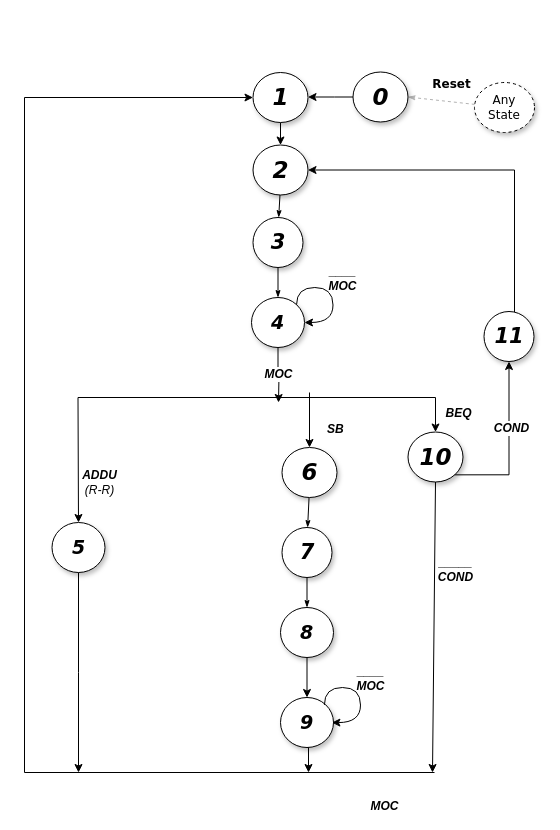
Above: CPU_State_Diag.drawio in TheParodicts/MIPS_CPU_Diagram (draw.io), before the change. Source tidied: cells renumbered, new cells numbered last; positions are measured from the earlier drawing's top-left corner, leaving out a move shared by most shapes. Both pictures are drawn from the tidied source at 100%, with x=0, y=0 at pixel (24, 72).
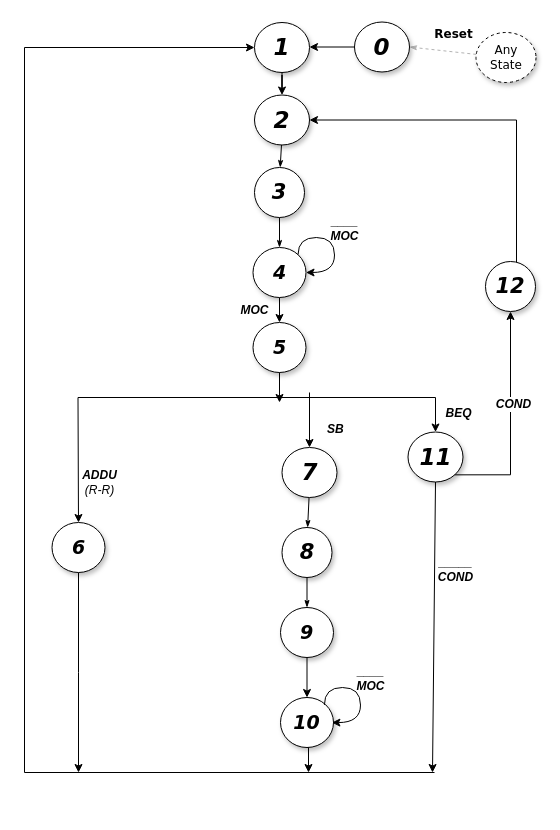
The same diagram, later.

Change to the diagram source:
```diff
@@
     <mxCell id="3" value="Any State" style="ellipse;whiteSpace=wrap;html=1;rounded=0;shadow=1;comic=0;labelBackgroundColor=none;strokeColor=#000000;strokeWidth=1;fillColor=#FFFFFF;fontFamily=Verdana;fontSize=12;fontColor=#000000;align=center;dashed=1;" parent="1" vertex="1">
-      <mxGeometry x="450" y="10" width="60" height="50" as="geometry" />
+      <mxGeometry x="451.5" y="-40" width="60" height="50" as="geometry" />
     </mxCell>
@@
     <mxCell id="5" value="&lt;b&gt;&lt;i&gt;&lt;font style=&quot;font-size: 23px&quot;&gt;2&lt;/font&gt;&lt;/i&gt;&lt;/b&gt;" style="ellipse;whiteSpace=wrap;html=1;rounded=0;shadow=1;comic=0;labelBackgroundColor=none;strokeColor=#000000;strokeWidth=1;fillColor=#FFFFFF;fontFamily=Verdana;fontSize=12;fontColor=#000000;align=center;" parent="1" vertex="1">
-      <mxGeometry x="228.5" y="72.5" width="55" height="50" as="geometry" />
+      <mxGeometry x="230" y="22.5" width="55" height="50" as="geometry" />
     </mxCell>
     <mxCell id="6" style="edgeStyle=orthogonalEdgeStyle;rounded=0;jettySize=auto;html=1;exitX=0;exitY=0.5;exitDx=0;exitDy=0;" parent="1" edge="1" source="7" target="9">
       <mxGeometry relative="1" as="geometry">
         <Array as="points">
-          <mxPoint x="310" y="24" />
-          <mxPoint x="310" y="24" />
+          <mxPoint x="311.5" y="-26" />
+          <mxPoint x="311.5" y="-26" />
         </Array>
       </mxGeometry>
     </mxCell>
     <mxCell id="7" value="&lt;b&gt;&lt;i&gt;&lt;font style=&quot;font-size: 23px&quot;&gt;0&lt;/font&gt;&lt;/i&gt;&lt;/b&gt;" style="ellipse;whiteSpace=wrap;html=1;rounded=0;shadow=1;comic=0;labelBackgroundColor=none;strokeColor=#000000;strokeWidth=1;fillColor=#FFFFFF;fontFamily=Verdana;fontSize=12;fontColor=#000000;align=center;" parent="1" vertex="1">
-      <mxGeometry x="328.5" y="-0.5" width="55" height="50" as="geometry" />
+      <mxGeometry x="330" y="-50.5" width="55" height="50" as="geometry" />
     </mxCell>
@@
     <mxCell id="9" value="&lt;b&gt;&lt;i&gt;&lt;font style=&quot;font-size: 23px&quot;&gt;1&lt;/font&gt;&lt;/i&gt;&lt;/b&gt;" style="ellipse;whiteSpace=wrap;html=1;rounded=0;shadow=1;comic=0;labelBackgroundColor=none;strokeColor=#000000;strokeWidth=1;fillColor=#FFFFFF;fontFamily=Verdana;fontSize=12;fontColor=#000000;align=center;" parent="1" vertex="1">
-      <mxGeometry x="228.5" width="55" height="50" as="geometry" />
+      <mxGeometry x="230" y="-50" width="55" height="50" as="geometry" />
     </mxCell>
@@
     <mxCell id="11" value="&lt;span&gt;&lt;b&gt;&lt;i&gt;&lt;font style=&quot;font-size: 21px&quot;&gt;3&lt;/font&gt;&lt;/i&gt;&lt;/b&gt;&lt;/span&gt;" style="ellipse;whiteSpace=wrap;html=1;rounded=0;shadow=1;comic=0;labelBackgroundColor=none;strokeColor=#000000;strokeWidth=1;fillColor=#FFFFFF;fontFamily=Verdana;fontSize=12;fontColor=#000000;align=center;" parent="1" vertex="1">
-      <mxGeometry x="228.5" y="145" width="50" height="50" as="geometry" />
+      <mxGeometry x="230" y="95" width="50" height="50" as="geometry" />
     </mxCell>
-    <mxCell id="12" style="edgeStyle=orthogonalEdgeStyle;rounded=0;jettySize=auto;html=1;" parent="1" edge="1" source="15">
-      <mxGeometry relative="1" as="geometry">
-        <mxPoint x="254" y="330" as="targetPoint" />
-      </mxGeometry>
-    </mxCell>
-    <mxCell id="13" value="&lt;b&gt;&lt;i&gt;MOC&lt;/i&gt;&lt;/b&gt;" style="text;html=1;align=center;verticalAlign=middle;labelBackgroundColor=#ffffff;" parent="12" vertex="1">
-      <mxGeometry x="-0.11" y="-3" relative="1" as="geometry">
-        <mxPoint x="2.5" y="1" as="offset" />
-      </mxGeometry>
-    </mxCell>
-    <mxCell id="14" value="&lt;b&gt;&lt;i&gt;MOC&lt;/i&gt;&lt;/b&gt;" style="text;html=1;align=center;verticalAlign=middle;labelBackgroundColor=#ffffff;" parent="12" vertex="1">
-      <mxGeometry x="-0.11" y="-3" relative="1" as="geometry">
-        <mxPoint x="108.5" y="433" as="offset" />
-      </mxGeometry>
-    </mxCell>
+    <mxCell id="44" style="edgeStyle=orthogonalEdgeStyle;rounded=0;jettySize=auto;html=1;" parent="1" edge="1" source="15" target="45">
+      <mxGeometry relative="1" as="geometry" />
+    </mxCell>
     <mxCell id="15" value="&lt;span&gt;&lt;b&gt;&lt;i&gt;&lt;font style=&quot;font-size: 19px&quot;&gt;4&lt;/font&gt;&lt;/i&gt;&lt;/b&gt;&lt;/span&gt;" style="ellipse;whiteSpace=wrap;html=1;rounded=0;shadow=1;comic=0;labelBackgroundColor=none;strokeColor=#000000;strokeWidth=1;fillColor=#FFFFFF;fontFamily=Verdana;fontSize=12;fontColor=#000000;align=center;" parent="1" vertex="1">
-      <mxGeometry x="227" y="225" width="53" height="50" as="geometry" />
+      <mxGeometry x="228.5" y="175" width="53" height="50" as="geometry" />
     </mxCell>
+    <mxCell id="45" value="&lt;span&gt;&lt;b&gt;&lt;i&gt;&lt;font style=&quot;font-size: 19px&quot;&gt;5&lt;/font&gt;&lt;/i&gt;&lt;/b&gt;&lt;/span&gt;" style="ellipse;whiteSpace=wrap;html=1;rounded=0;shadow=1;comic=0;labelBackgroundColor=none;strokeColor=#000000;strokeWidth=1;fillColor=#FFFFFF;fontFamily=Verdana;fontSize=12;fontColor=#000000;align=center;" parent="1" vertex="1">
+      <mxGeometry x="228.5" y="250" width="53" height="50" as="geometry" />
+    </mxCell>
@@
-    <mxCell id="19" value="&lt;span&gt;&lt;b&gt;&lt;i&gt;&lt;font style=&quot;font-size: 19px&quot;&gt;5&lt;/font&gt;&lt;/i&gt;&lt;/b&gt;&lt;/span&gt;" style="ellipse;whiteSpace=wrap;html=1;rounded=0;shadow=1;comic=0;labelBackgroundColor=none;strokeColor=#000000;strokeWidth=1;fillColor=#FFFFFF;fontFamily=Verdana;fontSize=12;fontColor=#000000;align=center;" parent="1" vertex="1">
+    <mxCell id="19" value="&lt;span&gt;&lt;b&gt;&lt;i&gt;&lt;font style=&quot;font-size: 19px&quot;&gt;6&lt;/font&gt;&lt;/i&gt;&lt;/b&gt;&lt;/span&gt;" style="ellipse;whiteSpace=wrap;html=1;rounded=0;shadow=1;comic=0;labelBackgroundColor=none;strokeColor=#000000;strokeWidth=1;fillColor=#FFFFFF;fontFamily=Verdana;fontSize=12;fontColor=#000000;align=center;" parent="1" vertex="1">
       <mxGeometry x="27.5" y="450" width="53" height="50" as="geometry" />
     </mxCell>
     <mxCell id="20" style="edgeStyle=orthogonalEdgeStyle;rounded=0;orthogonalLoop=1;jettySize=auto;html=1;exitX=1;exitY=0;exitDx=0;exitDy=0;entryX=1;entryY=0.5;entryDx=0;entryDy=0;curved=1;" parent="1" edge="1" source="15" target="15">
       <mxGeometry relative="1" as="geometry">
         <Array as="points">
-          <mxPoint x="272.5" y="215" />
-          <mxPoint x="308.5" y="215" />
-          <mxPoint x="308.5" y="250" />
+          <mxPoint x="274" y="165" />
+          <mxPoint x="310" y="165" />
+          <mxPoint x="310" y="200" />
         </Array>
       </mxGeometry>
     </mxCell>
@@
+    <mxCell id="46" value="&lt;b&gt;&lt;i&gt;MOC&lt;/i&gt;&lt;/b&gt;" style="text;html=1;align=center;verticalAlign=middle;labelBackgroundColor=#ffffff;horizontal=1;" parent="20" vertex="1">
+      <mxGeometry x="-0.23" y="-4" relative="1" as="geometry">
+        <mxPoint x="-72" y="68.5" as="offset" />
+      </mxGeometry>
+    </mxCell>
     <mxCell id="22" style="endArrow=classic;html=1;edgeStyle=orthogonalEdgeStyle;rounded=0;" parent="1" edge="1" target="9">
       <mxGeometry relative="1" as="geometry">
         <mxPoint x="410" y="700" as="sourcePoint" />
         <Array as="points">
           <mxPoint y="700" />
-          <mxPoint y="25" />
+          <mxPoint y="-25" />
         </Array>
       </mxGeometry>
     </mxCell>
@@
-    <mxCell id="24" value="&lt;span style=&quot;font-size: 23px&quot;&gt;&lt;b&gt;&lt;i&gt;6&lt;/i&gt;&lt;/b&gt;&lt;/span&gt;" style="ellipse;whiteSpace=wrap;html=1;rounded=0;shadow=1;comic=0;labelBackgroundColor=none;strokeColor=#000000;strokeWidth=1;fillColor=#FFFFFF;fontFamily=Verdana;fontSize=12;fontColor=#000000;align=center;" parent="1" vertex="1">
+    <mxCell id="24" value="&lt;span style=&quot;font-size: 23px&quot;&gt;&lt;b&gt;&lt;i&gt;7&lt;/i&gt;&lt;/b&gt;&lt;/span&gt;" style="ellipse;whiteSpace=wrap;html=1;rounded=0;shadow=1;comic=0;labelBackgroundColor=none;strokeColor=#000000;strokeWidth=1;fillColor=#FFFFFF;fontFamily=Verdana;fontSize=12;fontColor=#000000;align=center;" parent="1" vertex="1">
       <mxGeometry x="257.5" y="375" width="55" height="50" as="geometry" />
     </mxCell>
@@
-    <mxCell id="26" value="&lt;span&gt;&lt;b&gt;&lt;i&gt;&lt;font style=&quot;font-size: 21px&quot;&gt;7&lt;/font&gt;&lt;/i&gt;&lt;/b&gt;&lt;/span&gt;" style="ellipse;whiteSpace=wrap;html=1;rounded=0;shadow=1;comic=0;labelBackgroundColor=none;strokeColor=#000000;strokeWidth=1;fillColor=#FFFFFF;fontFamily=Verdana;fontSize=12;fontColor=#000000;align=center;" parent="1" vertex="1">
+    <mxCell id="26" value="&lt;span&gt;&lt;b&gt;&lt;i&gt;&lt;font style=&quot;font-size: 21px&quot;&gt;8&lt;/font&gt;&lt;/i&gt;&lt;/b&gt;&lt;/span&gt;" style="ellipse;whiteSpace=wrap;html=1;rounded=0;shadow=1;comic=0;labelBackgroundColor=none;strokeColor=#000000;strokeWidth=1;fillColor=#FFFFFF;fontFamily=Verdana;fontSize=12;fontColor=#000000;align=center;" parent="1" vertex="1">
       <mxGeometry x="257.5" y="455" width="50" height="50" as="geometry" />
     </mxCell>
@@
-    <mxCell id="28" value="&lt;span&gt;&lt;b&gt;&lt;i&gt;&lt;font style=&quot;font-size: 19px&quot;&gt;8&lt;/font&gt;&lt;/i&gt;&lt;/b&gt;&lt;/span&gt;" style="ellipse;whiteSpace=wrap;html=1;rounded=0;shadow=1;comic=0;labelBackgroundColor=none;strokeColor=#000000;strokeWidth=1;fillColor=#FFFFFF;fontFamily=Verdana;fontSize=12;fontColor=#000000;align=center;" parent="1" vertex="1">
+    <mxCell id="28" value="&lt;span&gt;&lt;b&gt;&lt;i&gt;&lt;font style=&quot;font-size: 19px&quot;&gt;9&lt;/font&gt;&lt;/i&gt;&lt;/b&gt;&lt;/span&gt;" style="ellipse;whiteSpace=wrap;html=1;rounded=0;shadow=1;comic=0;labelBackgroundColor=none;strokeColor=#000000;strokeWidth=1;fillColor=#FFFFFF;fontFamily=Verdana;fontSize=12;fontColor=#000000;align=center;" parent="1" vertex="1">
       <mxGeometry x="256" y="535" width="53" height="50" as="geometry" />
     </mxCell>
@@
-    <mxCell id="30" value="&lt;span&gt;&lt;b&gt;&lt;i&gt;&lt;font style=&quot;font-size: 19px&quot;&gt;9&lt;/font&gt;&lt;/i&gt;&lt;/b&gt;&lt;/span&gt;" style="ellipse;whiteSpace=wrap;html=1;rounded=0;shadow=1;comic=0;labelBackgroundColor=none;strokeColor=#000000;strokeWidth=1;fillColor=#FFFFFF;fontFamily=Verdana;fontSize=12;fontColor=#000000;align=center;" parent="1" vertex="1">
+    <mxCell id="30" value="&lt;span&gt;&lt;b&gt;&lt;i&gt;&lt;font style=&quot;font-size: 19px&quot;&gt;10&lt;/font&gt;&lt;/i&gt;&lt;/b&gt;&lt;/span&gt;" style="ellipse;whiteSpace=wrap;html=1;rounded=0;shadow=1;comic=0;labelBackgroundColor=none;strokeColor=#000000;strokeWidth=1;fillColor=#FFFFFF;fontFamily=Verdana;fontSize=12;fontColor=#000000;align=center;" parent="1" vertex="1">
       <mxGeometry x="256" y="625" width="53" height="50" as="geometry" />
     </mxCell>
@@
-    <mxCell id="33" value="&lt;span style=&quot;font-size: 23px&quot;&gt;&lt;b&gt;&lt;i&gt;10&lt;/i&gt;&lt;/b&gt;&lt;/span&gt;" style="ellipse;whiteSpace=wrap;html=1;rounded=0;shadow=1;comic=0;labelBackgroundColor=none;strokeColor=#000000;strokeWidth=1;fillColor=#FFFFFF;fontFamily=Verdana;fontSize=12;fontColor=#000000;align=center;" parent="1" vertex="1">
+    <mxCell id="33" value="&lt;span style=&quot;font-size: 23px&quot;&gt;&lt;b&gt;&lt;i&gt;11&lt;/i&gt;&lt;/b&gt;&lt;/span&gt;" style="ellipse;whiteSpace=wrap;html=1;rounded=0;shadow=1;comic=0;labelBackgroundColor=none;strokeColor=#000000;strokeWidth=1;fillColor=#FFFFFF;fontFamily=Verdana;fontSize=12;fontColor=#000000;align=center;" parent="1" vertex="1">
       <mxGeometry x="383.5" y="359.5" width="55" height="50" as="geometry" />
     </mxCell>
@@
     <mxCell id="38" style="edgeStyle=orthogonalEdgeStyle;rounded=0;jumpSize=0;jettySize=auto;html=1;strokeColor=#000000;entryX=1;entryY=0.5;entryDx=0;entryDy=0;" parent="1" edge="1" source="39" target="5">
       <mxGeometry relative="1" as="geometry">
         <Array as="points">
-          <mxPoint x="490" y="97" />
+          <mxPoint x="492" y="48" />
         </Array>
       </mxGeometry>
     </mxCell>
-    <mxCell id="39" value="&lt;span&gt;&lt;b&gt;&lt;i&gt;&lt;font style=&quot;font-size: 21px&quot;&gt;11&lt;/font&gt;&lt;/i&gt;&lt;/b&gt;&lt;/span&gt;" style="ellipse;whiteSpace=wrap;html=1;rounded=0;shadow=1;comic=0;labelBackgroundColor=none;strokeColor=#000000;strokeWidth=1;fillColor=#FFFFFF;fontFamily=Verdana;fontSize=12;fontColor=#000000;align=center;" parent="1" vertex="1">
-      <mxGeometry x="459.5" y="239" width="50" height="50" as="geometry" />
+    <mxCell id="39" value="&lt;span&gt;&lt;b&gt;&lt;i&gt;&lt;font style=&quot;font-size: 21px&quot;&gt;12&lt;/font&gt;&lt;/i&gt;&lt;/b&gt;&lt;/span&gt;" style="ellipse;whiteSpace=wrap;html=1;rounded=0;shadow=1;comic=0;labelBackgroundColor=none;strokeColor=#000000;strokeWidth=1;fillColor=#FFFFFF;fontFamily=Verdana;fontSize=12;fontColor=#000000;align=center;" parent="1" vertex="1">
+      <mxGeometry x="461" y="189" width="50" height="50" as="geometry" />
     </mxCell>
@@
+    <mxCell id="47" style="endArrow=classic;html=1;" parent="1" edge="1" source="45">
+      <mxGeometry relative="1" as="geometry">
+        <mxPoint x="255" y="330" as="targetPoint" />
+      </mxGeometry>
+    </mxCell>
```
